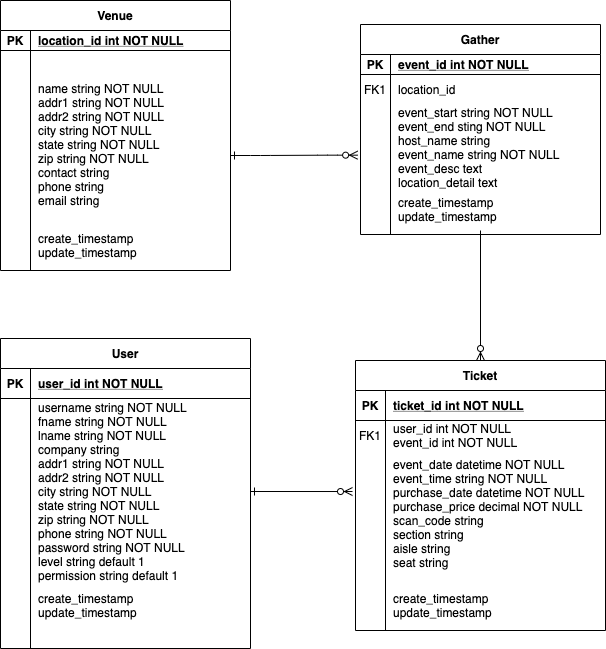
Above: assets/hackathon.png in SheHacksHackathon/HackathonJuly2020 (draw.io), before the change. Source tidied: cells renumbered, new cells last; positions are measured from the earlier drawing's top-left corner, leaving out a move shared by most shapes.
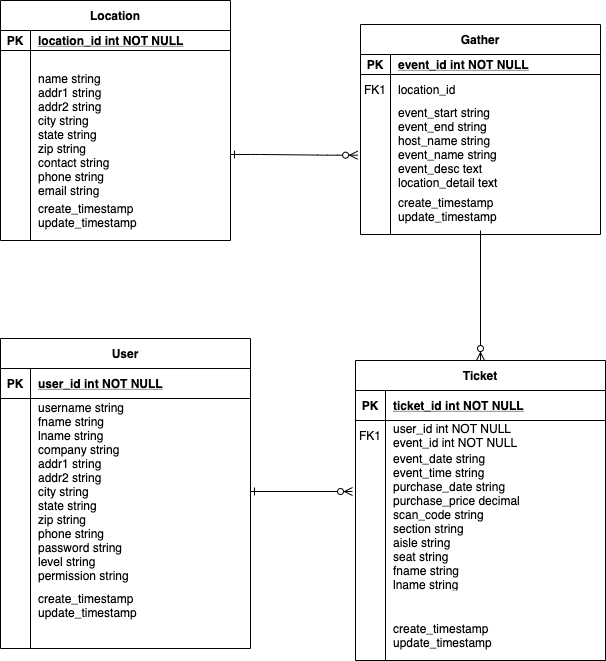
After the change.

What changed in the source:
```diff
@@ -5,11 +5,11 @@
     <mxCell id="2" style="endArrow=ERzeroToMany;startArrow=ERone;endFill=1;startFill=0;exitX=1;exitY=0.465;exitDx=0;exitDy=0;exitPerimeter=0;entryX=-0.012;entryY=0.293;entryDx=0;entryDy=0;entryPerimeter=0;" parent="1" edge="1" source="32" target="43">
       <mxGeometry relative="1" as="geometry" />
     </mxCell>
-    <mxCell id="3" style="edgeStyle=entityRelationEdgeStyle;endArrow=ERzeroToMany;startArrow=ERone;endFill=1;startFill=0;entryX=-0.012;entryY=0.563;entryDx=0;entryDy=0;entryPerimeter=0;exitX=1;exitY=0.5;exitDx=0;exitDy=0;" parent="1" edge="1" source="11" target="21">
+    <mxCell id="3" style="edgeStyle=entityRelationEdgeStyle;endArrow=ERzeroToMany;startArrow=ERone;endFill=1;startFill=0;entryX=-0.012;entryY=0.563;entryDx=0;entryDy=0;entryPerimeter=0;exitX=1;exitY=0.646;exitDx=0;exitDy=0;exitPerimeter=0;" parent="1" edge="1" source="11" target="21">
       <mxGeometry relative="1" as="geometry" />
     </mxCell>
-    <mxCell id="4" value="Venue" style="shape=table;startSize=30;rowLines=0;fontStyle=1;align=center;" parent="1" vertex="1">
-      <mxGeometry width="230" height="270" as="geometry" />
+    <mxCell id="4" value="Location" style="shape=table;startSize=30;rowLines=0;fontStyle=1;align=center;" parent="1" vertex="1">
+      <mxGeometry width="230" height="240" as="geometry" />
     </mxCell>
     <mxCell id="5" style="shape=partialRectangle;fillColor=none;top=0;left=0;right=0;bottom=1;" parent="4" vertex="1">
       <mxGeometry y="30" width="230" height="20" as="geometry" />
@@ -21,22 +21,22 @@
       <mxGeometry x="30" width="200" height="20" as="geometry" />
     </mxCell>
     <mxCell id="8" style="shape=partialRectangle;fillColor=none;top=0;left=0;right=0;bottom=0;" parent="4" vertex="1">
-      <mxGeometry y="50" width="230" height="30" as="geometry" />
+      <mxGeometry y="50" width="230" height="20" as="geometry" />
     </mxCell>
     <mxCell id="9" style="shape=partialRectangle;overflow=hidden;fillColor=none;top=0;left=0;bottom=0;right=0;" parent="8" vertex="1">
-      <mxGeometry width="30" height="30" as="geometry" />
+      <mxGeometry width="30" height="20" as="geometry" />
     </mxCell>
     <mxCell id="10" style="shape=partialRectangle;overflow=hidden;fillColor=none;top=0;left=0;bottom=0;right=0;align=left;spacingLeft=6;" parent="8" vertex="1">
-      <mxGeometry x="30" width="200" height="30" as="geometry" />
+      <mxGeometry x="30" width="200" height="20" as="geometry" />
     </mxCell>
     <mxCell id="11" style="shape=partialRectangle;fillColor=none;points=[[0,0.5],[1,0.5]];portConstraint=eastwest;top=0;left=0;right=0;bottom=0;" parent="4" vertex="1">
-      <mxGeometry y="80" width="230" height="150" as="geometry" />
+      <mxGeometry y="70" width="230" height="130" as="geometry" />
     </mxCell>
     <mxCell id="12" style="shape=partialRectangle;overflow=hidden;fillColor=none;top=0;left=0;bottom=0;right=0;" parent="11" vertex="1">
-      <mxGeometry width="30" height="150" as="geometry" />
+      <mxGeometry width="30" height="130" as="geometry" />
     </mxCell>
-    <mxCell id="13" value="name string NOT NULL&#10;addr1 string NOT NULL&#10;addr2 string NOT NULL&#10;city string NOT NULL&#10;state string NOT NULL&#10;zip string NOT NULL&#10;contact string&#10;phone string&#10;email string&#10;&#10;" style="shape=partialRectangle;overflow=hidden;fillColor=none;top=0;left=0;bottom=0;right=0;align=left;spacingLeft=6;" parent="11" vertex="1">
-      <mxGeometry x="30" width="200" height="150" as="geometry" />
+    <mxCell id="13" value="name string &#10;addr1 string&#10;addr2 string&#10;city string &#10;state string &#10;zip string &#10;contact string&#10;phone string&#10;email string&#10;&#10;" style="shape=partialRectangle;overflow=hidden;fillColor=none;top=0;left=0;bottom=0;right=0;align=left;spacingLeft=6;" parent="11" vertex="1">
+      <mxGeometry x="30" width="200" height="130" as="geometry" />
     </mxCell>
     <mxCell id="14" value="Gather" style="shape=table;startSize=30;rowLines=0;fontStyle=1;align=center;" parent="1" vertex="1">
       <mxGeometry x="360" y="24" width="240" height="210" as="geometry" />
@@ -65,17 +65,17 @@
     <mxCell id="22" style="shape=partialRectangle;overflow=hidden;fillColor=none;top=0;left=0;bottom=0;right=0;" parent="21" vertex="1">
       <mxGeometry width="30" height="90" as="geometry" />
     </mxCell>
-    <mxCell id="23" value="event_start string NOT NULL&#10;event_end sting NOT NULL&#10;host_name string&#10;event_name string NOT NULL&#10;event_desc text&#10;location_detail text&#10;" style="shape=partialRectangle;overflow=hidden;fillColor=none;top=0;left=0;bottom=0;right=0;align=left;spacingLeft=6;" parent="21" vertex="1">
+    <mxCell id="23" value="event_start string&#10;event_end string&#10;host_name string&#10;event_name string &#10;event_desc text&#10;location_detail text&#10;" style="shape=partialRectangle;overflow=hidden;fillColor=none;top=0;left=0;bottom=0;right=0;align=left;spacingLeft=6;" parent="21" vertex="1">
       <mxGeometry x="30" width="210" height="90" as="geometry" />
     </mxCell>
     <mxCell id="24" value="create_timestamp&#10;update_timestamp" style="shape=partialRectangle;overflow=hidden;fillColor=none;top=0;left=0;bottom=0;right=0;align=left;spacingLeft=6;" parent="1" vertex="1">
-      <mxGeometry x="385" y="580" width="220" height="50" as="geometry" />
+      <mxGeometry x="385" y="610" width="220" height="50" as="geometry" />
     </mxCell>
     <mxCell id="25" value="create_timestamp&#10;update_timestamp" style="shape=partialRectangle;overflow=hidden;fillColor=none;top=0;left=0;bottom=0;right=0;align=left;spacingLeft=6;" parent="1" vertex="1">
       <mxGeometry x="390" y="184" width="210" height="50" as="geometry" />
     </mxCell>
     <mxCell id="26" value="create_timestamp&#10;update_timestamp" style="shape=partialRectangle;overflow=hidden;fillColor=none;top=0;left=0;bottom=0;right=0;align=left;spacingLeft=6;" parent="1" vertex="1">
-      <mxGeometry x="30" y="220" width="200" height="50" as="geometry" />
+      <mxGeometry x="30" y="190" width="195" height="50" as="geometry" />
     </mxCell>
     <mxCell id="27" value="create_timestamp&#10;update_timestamp" style="shape=partialRectangle;overflow=hidden;fillColor=none;top=0;left=0;bottom=0;right=0;align=left;spacingLeft=6;" parent="1" vertex="1">
       <mxGeometry x="30" y="580" width="220" height="50" as="geometry" />
@@ -98,7 +98,7 @@
     <mxCell id="33" style="shape=partialRectangle;overflow=hidden;fillColor=none;top=0;left=0;bottom=0;right=0;" parent="32" vertex="1">
       <mxGeometry width="30" height="200" as="geometry" />
     </mxCell>
-    <mxCell id="34" value="username string NOT NULL&#10;fname string NOT NULL&#10;lname string NOT NULL&#10;company string&#10;addr1 string NOT NULL&#10;addr2 string NOT NULL&#10;city string NOT NULL&#10;state string NOT NULL&#10;zip string NOT NULL&#10;phone string NOT NULL&#10;password string NOT NULL&#10;level string default 1&#10;permission string default 1&#10;" style="shape=partialRectangle;overflow=hidden;fillColor=none;top=0;left=0;bottom=0;right=0;align=left;spacingLeft=6;" parent="32" vertex="1">
+    <mxCell id="34" value="username string&#10;fname string&#10;lname string&#10;company string&#10;addr1 string&#10;addr2 string&#10;city string&#10;state string&#10;zip string&#10;phone string&#10;password string&#10;level string&#10;permission string&#10;" style="shape=partialRectangle;overflow=hidden;fillColor=none;top=0;left=0;bottom=0;right=0;align=left;spacingLeft=6;" parent="32" vertex="1">
       <mxGeometry x="30" width="220" height="200" as="geometry" />
     </mxCell>
     <mxCell id="35" style="endArrow=ERzeroToMany;startArrow=ERone;endFill=1;startFill=0;entryX=0.5;entryY=0;entryDx=0;entryDy=0;" parent="1" edge="1" target="36">
@@ -107,7 +107,7 @@
       </mxGeometry>
     </mxCell>
     <mxCell id="36" value="Ticket" style="shape=table;startSize=30;rowLines=0;fontStyle=1;align=center;" parent="1" vertex="1">
-      <mxGeometry x="355" y="360" width="250" height="270" as="geometry" />
+      <mxGeometry x="355" y="360" width="250" height="300" as="geometry" />
     </mxCell>
     <mxCell id="37" style="shape=partialRectangle;fillColor=none;top=0;left=0;right=0;bottom=1;" parent="36" vertex="1">
       <mxGeometry y="30" width="250" height="30" as="geometry" />
@@ -133,7 +133,7 @@
     <mxCell id="44" style="shape=partialRectangle;overflow=hidden;fillColor=none;top=0;left=0;bottom=0;right=0;" parent="43" vertex="1">
       <mxGeometry width="30" height="140" as="geometry" />
     </mxCell>
-    <mxCell id="45" value="event_date datetime NOT NULL&#10;event_time string NOT NULL&#10;purchase_date datetime NOT NULL&#10;purchase_price decimal NOT NULL&#10;scan_code string&#10;section string&#10;aisle string&#10;seat string&#10;" style="shape=partialRectangle;overflow=hidden;fillColor=none;top=0;left=0;bottom=0;right=0;align=left;spacingLeft=6;" parent="43" vertex="1">
+    <mxCell id="45" value="event_date string&#10;event_time string&#10;purchase_date string&#10;purchase_price decimal&#10;scan_code string&#10;section string&#10;aisle string&#10;seat string&#10;fname string&#10;lname string&#10;check_in string&#10;check_out string&#10;" style="shape=partialRectangle;overflow=hidden;fillColor=none;top=0;left=0;bottom=0;right=0;align=left;spacingLeft=6;" parent="43" vertex="1">
       <mxGeometry x="30" width="220" height="140" as="geometry" />
     </mxCell>
   </root>
```
